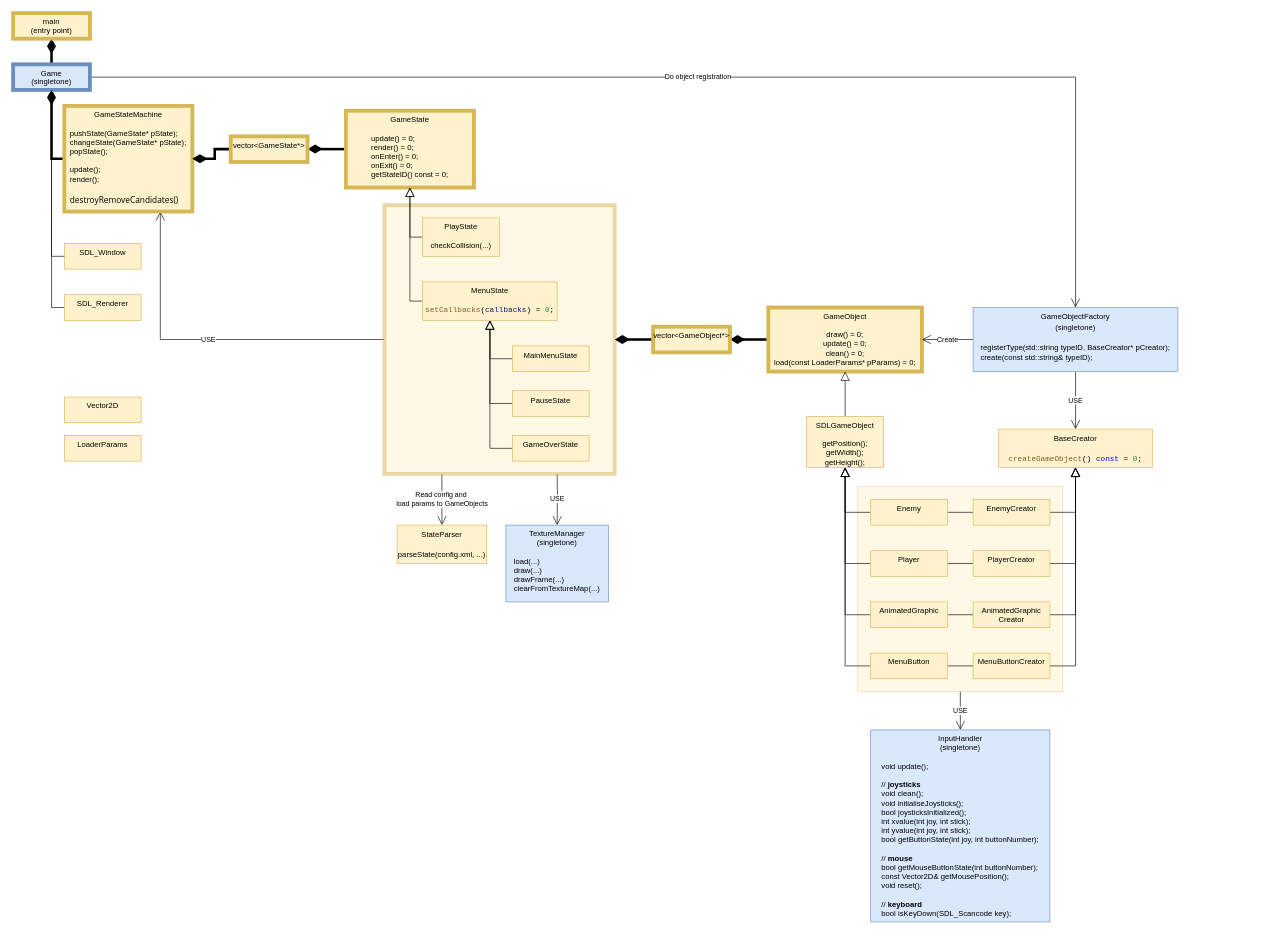
The draw.io diagram time/2021-12-30_1300_SDLGame/SDLGame/SDLGameUML.drawio in ArTarOne/CppProjects, before the edit. Source tidied: cells renumbered, new cells numbered last; positions are measured from the earlier drawing's top-left corner, leaving out a move shared by most shapes. Both pictures are drawn from the tidied source at 64%, with x=0, y=0 at pixel (13, 13).
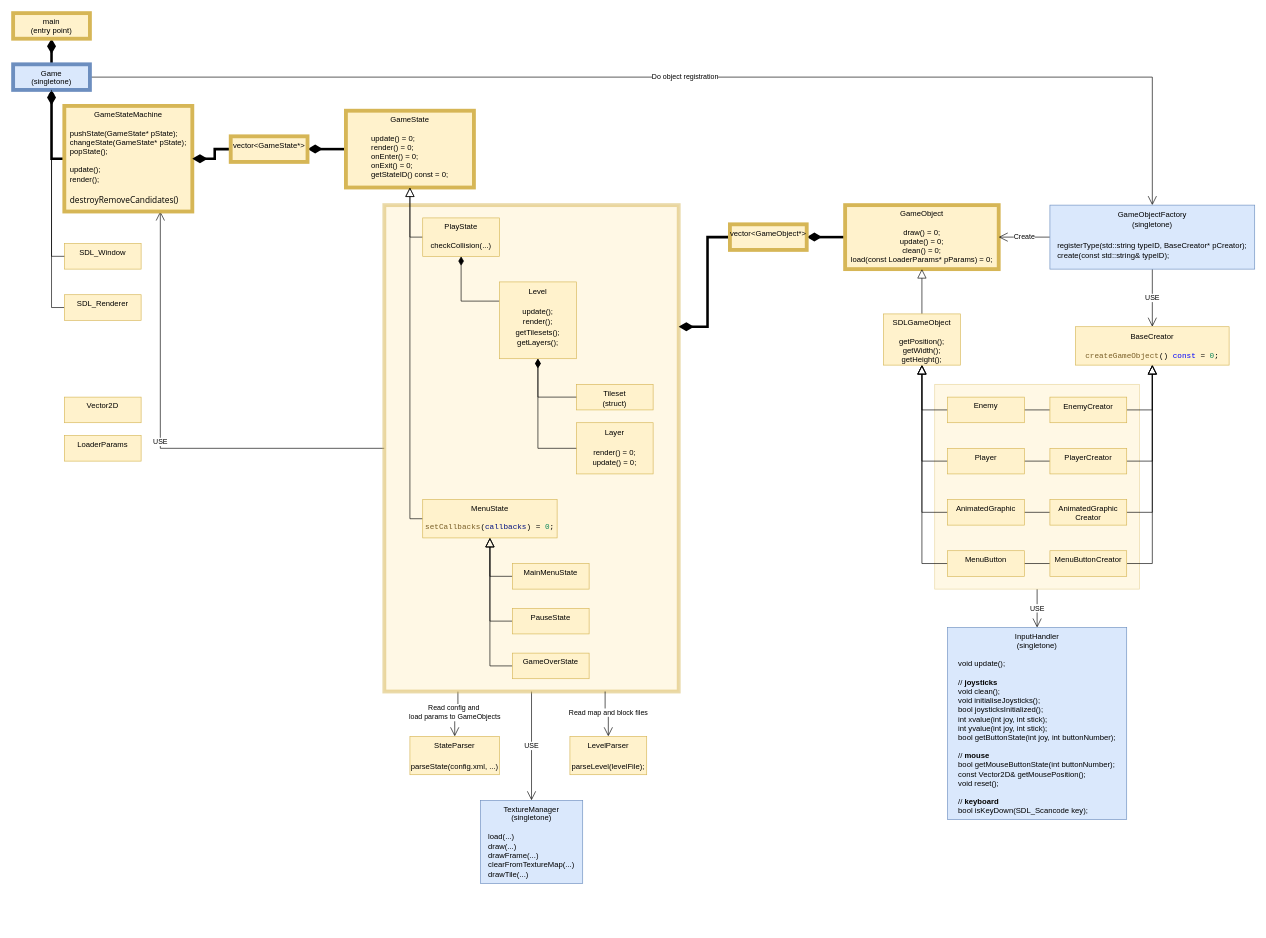
The same diagram, later.

Commit message (it also covers changes not shown here):
SDL: Chapter 7: Step 4: Update UML. Return back helicopters

The change refers to these unchanged cells:
```xml
<mxCell id="45" value="PlayState&lt;br&gt;&lt;br&gt;checkCollision(...)" style="rounded=0;whiteSpace=wrap;html=1;verticalAlign=top;fillColor=#fff2cc;strokeColor=#d6b656;" parent="1" vertex="1">
  <mxGeometry x="640" y="320" width="120" height="60" as="geometry" />
</mxCell>
```

Change to the diagram source:
```diff
@@
     <mxCell id="3" style="rounded=0;whiteSpace=wrap;html=1;verticalAlign=top;fillColor=#fff2cc;strokeColor=#d6b656;opacity=50;" parent="1" vertex="1">
-      <mxGeometry x="1320" y="740" width="320" height="320" as="geometry" />
+      <mxGeometry x="1440" y="580" width="320" height="320" as="geometry" />
     </mxCell>
-    <mxCell id="4" value="USE" style="edgeStyle=orthogonalEdgeStyle;rounded=0;jettySize=auto;html=1;endArrow=open;endFill=0;startSize=12;endSize=12;" parent="1" edge="1" target="28">
-      <mxGeometry relative="1" as="geometry">
-        <mxPoint x="850" y="720" as="sourcePoint" />
-      </mxGeometry>
+    <mxCell id="4" value="USE" style="edgeStyle=orthogonalEdgeStyle;rounded=0;jettySize=auto;html=1;endArrow=open;endFill=0;startSize=12;endSize=12;exitX=0.5;exitY=1;exitDx=0;exitDy=0;" parent="1" edge="1" source="7" target="28">
+      <mxGeometry relative="1" as="geometry" />
     </mxCell>
@@
     <mxCell id="7" style="rounded=0;whiteSpace=wrap;html=1;verticalAlign=top;fillColor=#fff2cc;strokeColor=#d6b656;opacity=50;strokeWidth=6;" parent="1" vertex="1">
-      <mxGeometry x="580" y="300" width="360" height="420" as="geometry" />
+      <mxGeometry x="580" y="300" width="460" height="760" as="geometry" />
     </mxCell>
@@
     <mxCell id="18" value="GameObject&lt;br&gt;&lt;br&gt;&lt;div&gt;draw() = 0;&lt;/div&gt;&lt;div&gt;update() = 0;&lt;/div&gt;&lt;div&gt;clean() = 0;&lt;/div&gt;&lt;div&gt;load(const LoaderParams* pParams) = 0;&lt;br&gt;&lt;/div&gt;" style="rounded=0;whiteSpace=wrap;html=1;verticalAlign=top;fillColor=#fff2cc;strokeColor=#d6b656;strokeWidth=6;" parent="1" vertex="1">
-      <mxGeometry x="1180" y="460" width="240" height="100" as="geometry" />
+      <mxGeometry x="1300" y="300" width="240" height="100" as="geometry" />
     </mxCell>
@@
     <mxCell id="20" value="SDLGameObject&lt;br&gt;&lt;br&gt;&lt;div&gt;getPosition();&lt;/div&gt;&lt;div&gt;getWidth();&lt;/div&gt;&lt;div&gt;getHeight();&lt;/div&gt;&lt;div&gt;&lt;br&gt;&lt;/div&gt;" style="rounded=0;whiteSpace=wrap;html=1;verticalAlign=top;fillColor=#fff2cc;strokeColor=#d6b656;" parent="1" vertex="1">
-      <mxGeometry x="1240" y="630" width="120" height="80" as="geometry" />
+      <mxGeometry x="1360" y="470" width="120" height="80" as="geometry" />
     </mxCell>
@@
     <mxCell id="23" value="Enemy" style="rounded=0;whiteSpace=wrap;html=1;verticalAlign=top;fillColor=#fff2cc;strokeColor=#d6b656;" parent="1" vertex="1">
-      <mxGeometry x="1340" y="760" width="120" height="40" as="geometry" />
+      <mxGeometry x="1460" y="600" width="120" height="40" as="geometry" />
     </mxCell>
@@
     <mxCell id="26" value="Player" style="rounded=0;whiteSpace=wrap;html=1;verticalAlign=top;fillColor=#fff2cc;strokeColor=#d6b656;" parent="1" vertex="1">
-      <mxGeometry x="1340" y="840" width="120" height="40" as="geometry" />
+      <mxGeometry x="1460" y="680" width="120" height="40" as="geometry" />
     </mxCell>
     <mxCell id="27" value="InputHandler&lt;br&gt;(singletone)&lt;br&gt;&lt;br&gt;&lt;div style=&quot;text-align: left&quot;&gt;void update();&lt;/div&gt;&lt;div style=&quot;text-align: left&quot;&gt;&lt;br&gt;&lt;/div&gt;&lt;div style=&quot;text-align: left&quot;&gt;// &lt;b&gt;joysticks&lt;/b&gt;&lt;/div&gt;&lt;div style=&quot;text-align: left&quot;&gt;void clean();&lt;/div&gt;&lt;div style=&quot;text-align: left&quot;&gt;void initialiseJoysticks();&lt;/div&gt;&lt;div style=&quot;text-align: left&quot;&gt;bool joysticksInitialized();&lt;/div&gt;&lt;div style=&quot;text-align: left&quot;&gt;int xvalue(int joy, int stick);&lt;/div&gt;&lt;div style=&quot;text-align: left&quot;&gt;int yvalue(int joy, int stick);&lt;/div&gt;&lt;div style=&quot;text-align: left&quot;&gt;bool getButtonState(int joy, int buttonNumber);&lt;/div&gt;&lt;div style=&quot;text-align: left&quot;&gt;&lt;br&gt;&lt;/div&gt;&lt;div style=&quot;text-align: left&quot;&gt;// &lt;b&gt;mouse&lt;/b&gt;&lt;/div&gt;&lt;div style=&quot;text-align: left&quot;&gt;bool getMouseButtonState(int buttonNumber);&lt;/div&gt;&lt;div style=&quot;text-align: left&quot;&gt;const Vector2D&amp;amp; getMousePosition();&lt;/div&gt;&lt;div style=&quot;text-align: left&quot;&gt;void reset();&lt;/div&gt;&lt;div style=&quot;text-align: left&quot;&gt;&lt;br&gt;&lt;/div&gt;&lt;div style=&quot;text-align: left&quot;&gt;// &lt;b&gt;keyboard&lt;/b&gt;&lt;/div&gt;&lt;div style=&quot;text-align: left&quot;&gt;bool isKeyDown(SDL_Scancode key);&lt;/div&gt;&lt;div style=&quot;text-align: left&quot;&gt;&lt;br&gt;&lt;/div&gt;" style="rounded=0;whiteSpace=wrap;html=1;verticalAlign=top;fillColor=#dae8fc;strokeColor=#6c8ebf;" parent="1" vertex="1">
-      <mxGeometry x="1340" y="1120" width="280" height="300" as="geometry" />
+      <mxGeometry x="1460" y="960" width="280" height="300" as="geometry" />
     </mxCell>
-    <mxCell id="28" value="TextureManager&lt;br&gt;(singletone)&lt;br&gt;&lt;br&gt;&lt;div style=&quot;text-align: left&quot;&gt;&lt;span&gt;load(...)&lt;/span&gt;&lt;/div&gt;&lt;div style=&quot;text-align: left&quot;&gt;&lt;span&gt;draw(...)&lt;/span&gt;&lt;/div&gt;&lt;div style=&quot;text-align: left&quot;&gt;&lt;span&gt;drawFrame(...)&lt;/span&gt;&lt;/div&gt;&lt;div style=&quot;text-align: left&quot;&gt;&lt;span&gt;clearFromTextureMap(...)&lt;/span&gt;&lt;/div&gt;" style="rounded=0;whiteSpace=wrap;html=1;verticalAlign=top;fillColor=#dae8fc;strokeColor=#6c8ebf;" parent="1" vertex="1">
-      <mxGeometry x="770" y="800" width="160" height="120" as="geometry" />
+    <mxCell id="28" value="TextureManager&lt;br&gt;(singletone)&lt;br&gt;&lt;br&gt;&lt;div style=&quot;text-align: left&quot;&gt;&lt;span&gt;load(...)&lt;/span&gt;&lt;/div&gt;&lt;div style=&quot;text-align: left&quot;&gt;&lt;span&gt;draw(...)&lt;/span&gt;&lt;/div&gt;&lt;div style=&quot;text-align: left&quot;&gt;&lt;span&gt;drawFrame(...)&lt;/span&gt;&lt;/div&gt;&lt;div style=&quot;text-align: left&quot;&gt;&lt;span&gt;clearFromTextureMap(...)&lt;/span&gt;&lt;/div&gt;&lt;div style=&quot;text-align: left&quot;&gt;&lt;div style=&quot;line-height: 16px&quot;&gt;drawTile(...)&lt;/div&gt;&lt;/div&gt;" style="rounded=0;whiteSpace=wrap;html=1;verticalAlign=top;fillColor=#dae8fc;strokeColor=#6c8ebf;" parent="1" vertex="1">
+      <mxGeometry x="730" y="1230" width="160" height="130" as="geometry" />
     </mxCell>
@@
-    <mxCell id="38" style="edgeStyle=orthogonalEdgeStyle;rounded=0;jettySize=auto;html=1;exitX=0;exitY=0.5;exitDx=0;exitDy=0;endArrow=diamondThin;endFill=1;startSize=12;endSize=12;strokeWidth=4;entryX=1;entryY=0.5;entryDx=0;entryDy=0;" parent="1" edge="1" source="39" target="7">
+    <mxCell id="38" style="edgeStyle=orthogonalEdgeStyle;rounded=0;jettySize=auto;html=1;exitX=0;exitY=0.5;exitDx=0;exitDy=0;endArrow=diamondThin;endFill=1;startSize=12;endSize=12;strokeWidth=4;entryX=1;entryY=0.25;entryDx=0;entryDy=0;" parent="1" edge="1" source="39" target="7">
       <mxGeometry relative="1" as="geometry" />
     </mxCell>
     <mxCell id="39" value="vector&amp;lt;GameObject*&amp;gt;" style="rounded=0;whiteSpace=wrap;html=1;verticalAlign=top;fillColor=#fff2cc;strokeColor=#d6b656;strokeWidth=6;" parent="1" vertex="1">
-      <mxGeometry x="1000" y="490" width="120" height="40" as="geometry" />
+      <mxGeometry x="1120" y="330" width="120" height="40" as="geometry" />
     </mxCell>
@@
     <mxCell id="42" value="AnimatedGraphic" style="rounded=0;whiteSpace=wrap;html=1;verticalAlign=top;fillColor=#fff2cc;strokeColor=#d6b656;" parent="1" vertex="1">
-      <mxGeometry x="1340" y="920" width="120" height="40" as="geometry" />
+      <mxGeometry x="1460" y="760" width="120" height="40" as="geometry" />
     </mxCell>
@@
     <mxCell id="44" value="MenuState&lt;br&gt;&lt;br&gt;&lt;div style=&quot;font-family: &amp;#34;consolas&amp;#34; , &amp;#34;courier new&amp;#34; , monospace ; line-height: 16px&quot;&gt;&lt;span style=&quot;color: #795e26&quot;&gt;setCallbacks&lt;/span&gt;(&lt;span style=&quot;color: #001080&quot;&gt;callbacks&lt;/span&gt;) = &lt;span style=&quot;color: #098658&quot;&gt;0&lt;/span&gt;;&lt;/div&gt;" style="rounded=0;whiteSpace=wrap;html=1;verticalAlign=top;fillColor=#fff2cc;strokeColor=#d6b656;" parent="1" vertex="1">
-      <mxGeometry x="640" y="420" width="210" height="60" as="geometry" />
+      <mxGeometry x="640" y="760" width="210" height="60" as="geometry" />
     </mxCell>
@@
     <mxCell id="46" value="GameOverState" style="rounded=0;whiteSpace=wrap;html=1;verticalAlign=top;fillColor=#fff2cc;strokeColor=#d6b656;" parent="1" vertex="1">
-      <mxGeometry x="780" y="660" width="120" height="40" as="geometry" />
+      <mxGeometry x="780" y="1000" width="120" height="40" as="geometry" />
     </mxCell>
@@
     <mxCell id="49" value="MenuButton" style="rounded=0;whiteSpace=wrap;html=1;verticalAlign=top;fillColor=#fff2cc;strokeColor=#d6b656;" parent="1" vertex="1">
-      <mxGeometry x="1340" y="1000" width="120" height="40" as="geometry" />
+      <mxGeometry x="1460" y="840" width="120" height="40" as="geometry" />
     </mxCell>
@@
     <mxCell id="51" value="&lt;div style=&quot;line-height: 16px&quot;&gt;MainMenuState&lt;/div&gt;" style="rounded=0;whiteSpace=wrap;html=1;verticalAlign=top;fillColor=#fff2cc;strokeColor=#d6b656;" parent="1" vertex="1">
-      <mxGeometry x="780" y="520" width="120" height="40" as="geometry" />
+      <mxGeometry x="780" y="860" width="120" height="40" as="geometry" />
     </mxCell>
@@
     <mxCell id="53" value="&lt;div style=&quot;line-height: 16px&quot;&gt;&lt;div style=&quot;line-height: 16px&quot;&gt;PauseState&lt;/div&gt;&lt;/div&gt;" style="rounded=0;whiteSpace=wrap;html=1;verticalAlign=top;fillColor=#fff2cc;strokeColor=#d6b656;" parent="1" vertex="1">
-      <mxGeometry x="780" y="590" width="120" height="40" as="geometry" />
+      <mxGeometry x="780" y="930" width="120" height="40" as="geometry" />
     </mxCell>
     <mxCell id="54" value="&lt;div style=&quot;line-height: 16px&quot;&gt;BaseCreator&lt;br&gt;&lt;br&gt;&lt;div style=&quot;font-family: &amp;#34;consolas&amp;#34; , &amp;#34;courier new&amp;#34; , monospace ; line-height: 16px&quot;&gt;&lt;span style=&quot;color: #795e26&quot;&gt;createGameObject&lt;/span&gt;() &lt;span style=&quot;color: #0000ff&quot;&gt;const&lt;/span&gt; = &lt;span style=&quot;color: #098658&quot;&gt;0&lt;/span&gt;;&lt;/div&gt;&lt;/div&gt;" style="rounded=0;whiteSpace=wrap;html=1;verticalAlign=top;fillColor=#fff2cc;strokeColor=#d6b656;" parent="1" vertex="1">
-      <mxGeometry x="1540" y="650" width="240" height="60" as="geometry" />
+      <mxGeometry x="1660" y="490" width="240" height="60" as="geometry" />
     </mxCell>
@@
     <mxCell id="57" value="&lt;div style=&quot;line-height: 16px&quot;&gt;&lt;div style=&quot;line-height: 16px&quot;&gt;GameObjectFactory&lt;br&gt;(singletone)&lt;br&gt;&lt;br&gt;&lt;div style=&quot;text-align: left ; line-height: 16px&quot;&gt;registerType(std::string typeID, BaseCreator* pCreator);&lt;/div&gt;&lt;div style=&quot;text-align: left ; line-height: 16px&quot;&gt;create(const std::string&amp;amp; typeID);&lt;/div&gt;&lt;/div&gt;&lt;/div&gt;" style="rounded=0;whiteSpace=wrap;html=1;verticalAlign=top;fillColor=#dae8fc;strokeColor=#6c8ebf;" parent="1" vertex="1">
-      <mxGeometry x="1500" y="460" width="320" height="100" as="geometry" />
+      <mxGeometry x="1620" y="300" width="320" height="100" as="geometry" />
     </mxCell>
@@
     <mxCell id="59" value="&lt;div style=&quot;line-height: 16px&quot;&gt;EnemyCreator&lt;/div&gt;" style="rounded=0;whiteSpace=wrap;html=1;verticalAlign=top;fillColor=#fff2cc;strokeColor=#d6b656;" parent="1" vertex="1">
-      <mxGeometry x="1500" y="760" width="120" height="40" as="geometry" />
+      <mxGeometry x="1620" y="600" width="120" height="40" as="geometry" />
     </mxCell>
@@
     <mxCell id="61" value="PlayerCreator" style="rounded=0;whiteSpace=wrap;html=1;verticalAlign=top;fillColor=#fff2cc;strokeColor=#d6b656;" parent="1" vertex="1">
-      <mxGeometry x="1500" y="840" width="120" height="40" as="geometry" />
+      <mxGeometry x="1620" y="680" width="120" height="40" as="geometry" />
     </mxCell>
@@
     <mxCell id="63" value="AnimatedGraphic&lt;br&gt;Creator" style="rounded=0;whiteSpace=wrap;html=1;verticalAlign=top;fillColor=#fff2cc;strokeColor=#d6b656;" parent="1" vertex="1">
-      <mxGeometry x="1500" y="920" width="120" height="40" as="geometry" />
+      <mxGeometry x="1620" y="760" width="120" height="40" as="geometry" />
     </mxCell>
@@
     <mxCell id="65" value="MenuButtonCreator" style="rounded=0;whiteSpace=wrap;html=1;verticalAlign=top;fillColor=#fff2cc;strokeColor=#d6b656;" parent="1" vertex="1">
-      <mxGeometry x="1500" y="1000" width="120" height="40" as="geometry" />
+      <mxGeometry x="1620" y="840" width="120" height="40" as="geometry" />
     </mxCell>
     <mxCell id="66" value="&lt;div style=&quot;line-height: 16px&quot;&gt;StateParser&lt;br&gt;&lt;br&gt;&lt;div style=&quot;line-height: 16px&quot;&gt;parseState(config.xml, ...)&lt;/div&gt;&lt;/div&gt;" style="rounded=0;whiteSpace=wrap;html=1;verticalAlign=top;fillColor=#fff2cc;strokeColor=#d6b656;" parent="1" vertex="1">
-      <mxGeometry x="600" y="800" width="140" height="60" as="geometry" />
+      <mxGeometry x="620" y="1130" width="140" height="60" as="geometry" />
     </mxCell>
+    <mxCell id="67" style="edgeStyle=orthogonalEdgeStyle;rounded=0;jettySize=auto;html=1;exitX=0;exitY=0.25;exitDx=0;exitDy=0;entryX=0.5;entryY=1;entryDx=0;entryDy=0;endArrow=diamondThin;endFill=1;endSize=12;" parent="1" edge="1" source="68" target="45">
+      <mxGeometry relative="1" as="geometry" />
+    </mxCell>
+    <mxCell id="68" value="&lt;div style=&quot;line-height: 16px&quot;&gt;&lt;div style=&quot;line-height: 16px&quot;&gt;Level&lt;/div&gt;&lt;div style=&quot;line-height: 16px&quot;&gt;&lt;br&gt;&lt;/div&gt;&lt;div style=&quot;line-height: 16px&quot;&gt;&lt;div style=&quot;line-height: 16px&quot;&gt;update();&lt;/div&gt;&lt;div style=&quot;line-height: 16px&quot;&gt;render();&lt;/div&gt;&lt;div style=&quot;line-height: 16px&quot;&gt;getTilesets();&lt;/div&gt;&lt;div style=&quot;line-height: 16px&quot;&gt;getLayers();&lt;/div&gt;&lt;div&gt;&lt;br&gt;&lt;/div&gt;&lt;/div&gt;&lt;/div&gt;" style="rounded=0;whiteSpace=wrap;html=1;verticalAlign=top;fillColor=#fff2cc;strokeColor=#d6b656;" parent="1" vertex="1">
+      <mxGeometry x="760" y="420" width="120" height="120" as="geometry" />
+    </mxCell>
+    <mxCell id="69" value="&lt;div style=&quot;line-height: 16px&quot;&gt;&lt;div style=&quot;line-height: 16px&quot;&gt;Tileset&lt;br&gt;(struct)&lt;/div&gt;&lt;/div&gt;" style="rounded=0;whiteSpace=wrap;html=1;verticalAlign=top;fillColor=#fff2cc;strokeColor=#d6b656;" parent="1" vertex="1">
+      <mxGeometry x="880" y="580" width="120" height="40" as="geometry" />
+    </mxCell>
+    <mxCell id="70" value="&lt;div style=&quot;line-height: 16px&quot;&gt;&lt;div style=&quot;line-height: 16px&quot;&gt;Layer&lt;/div&gt;&lt;div style=&quot;line-height: 16px&quot;&gt;&lt;br&gt;&lt;/div&gt;&lt;div style=&quot;line-height: 16px&quot;&gt;&lt;div style=&quot;line-height: 16px&quot;&gt;render() = 0;&lt;/div&gt;&lt;div style=&quot;line-height: 16px&quot;&gt;update() = 0;&lt;/div&gt;&lt;div&gt;&lt;br&gt;&lt;/div&gt;&lt;/div&gt;&lt;/div&gt;" style="rounded=0;whiteSpace=wrap;html=1;verticalAlign=top;fillColor=#fff2cc;strokeColor=#d6b656;" parent="1" vertex="1">
+      <mxGeometry x="880" y="640" width="120" height="80" as="geometry" />
+    </mxCell>
+    <mxCell id="71" value="Read map and block files" style="edgeStyle=orthogonalEdgeStyle;rounded=0;jettySize=auto;html=1;endArrow=open;endFill=0;endSize=12;exitX=0.75;exitY=1;exitDx=0;exitDy=0;" parent="1" edge="1" source="7" target="72">
+      <mxGeometry relative="1" as="geometry" />
+    </mxCell>
+    <mxCell id="72" value="&lt;div style=&quot;line-height: 16px&quot;&gt;&lt;div style=&quot;line-height: 16px&quot;&gt;LevelParser&lt;br&gt;&lt;br&gt;parseLevel(levelFile);&lt;br&gt;&lt;/div&gt;&lt;/div&gt;" style="rounded=0;whiteSpace=wrap;html=1;verticalAlign=top;fillColor=#fff2cc;strokeColor=#d6b656;" parent="1" vertex="1">
+      <mxGeometry x="870" y="1130" width="120" height="60" as="geometry" />
+    </mxCell>
+    <mxCell id="73" style="edgeStyle=orthogonalEdgeStyle;rounded=0;jettySize=auto;html=1;endArrow=diamondThin;endFill=1;endSize=12;entryX=0.5;entryY=1;entryDx=0;entryDy=0;exitX=0;exitY=0.5;exitDx=0;exitDy=0;" parent="1" edge="1" source="69" target="68">
+      <mxGeometry relative="1" as="geometry" />
+    </mxCell>
+    <mxCell id="74" style="edgeStyle=orthogonalEdgeStyle;rounded=0;jettySize=auto;html=1;endArrow=diamondThin;endFill=1;endSize=12;entryX=0.5;entryY=1;entryDx=0;entryDy=0;exitX=0;exitY=0.5;exitDx=0;exitDy=0;" parent="1" edge="1" source="70" target="68">
+      <mxGeometry relative="1" as="geometry" />
+    </mxCell>
```
